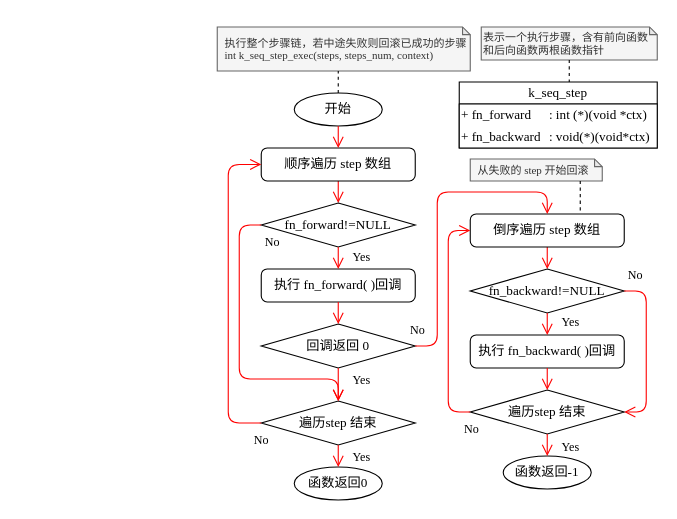
This is page "k_seq_step" (10 of 10) of docs/drawio/k_utils.drawio from szdxdxdx/k_game, a draw.io file, before an edit. Source tidied: cells renumbered, new cells numbered last; positions are measured from the earlier drawing's top-left corner, leaving out a move shared by most shapes. Both pictures are drawn from the tidied source at 110%, with x=0, y=0 at pixel (217, 26).
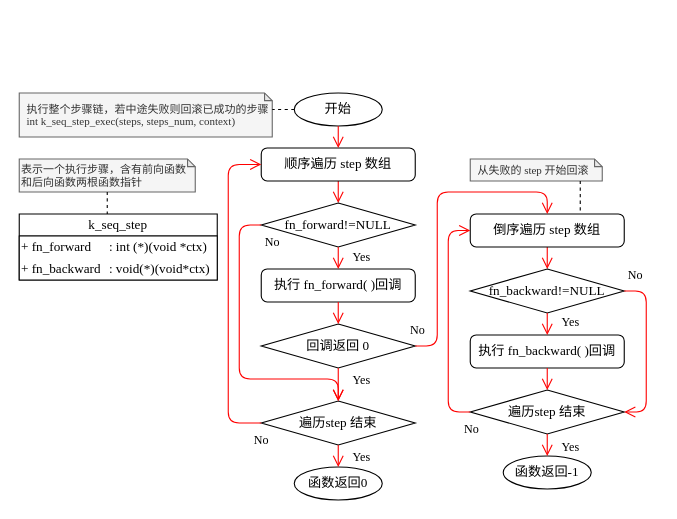
The same page after the edit.

Unchanged cells that the change refers to:
```xml
<mxCell id="12" value="开始" style="strokeWidth=1;html=1;shape=mxgraph.flowchart.start_2;whiteSpace=wrap;fontFamily=Times New Roman;" parent="1" vertex="1">
  <mxGeometry x="70" y="60" width="80" height="30" as="geometry" />
</mxCell>
```

What changed in the source:
```diff
@@
     <mxCell id="2" value="&lt;font&gt;k_seq_step&lt;/font&gt;" style="swimlane;fontStyle=0;horizontal=1;startSize=20;fillColor=#FFFFFF;whiteSpace=wrap;html=1;labelBackgroundColor=default;fontFamily=Times New Roman;" parent="1" vertex="1">
-      <mxGeometry x="220" y="50" width="180" height="60" as="geometry" />
+      <mxGeometry x="-180" y="170" width="180" height="60" as="geometry" />
     </mxCell>
@@
-    <mxCell id="47" value="&lt;p style=&quot;font-size: 10px; line-height: 10%;&quot;&gt;&lt;font style=&quot;border-color: var(--border-color); background-color: initial;&quot;&gt;执行整个步骤链，&lt;/font&gt;若中途失败则回滚已成功的步骤&lt;font style=&quot;font-size: 10px;&quot;&gt;&lt;font style=&quot;font-size: 10px;&quot;&gt;&lt;br&gt;&lt;/font&gt;&lt;/font&gt;&lt;/p&gt;&lt;p style=&quot;font-size: 10px; line-height: 10%;&quot;&gt;&lt;font style=&quot;font-size: 10px;&quot;&gt;&lt;font style=&quot;font-size: 10px;&quot;&gt;int&lt;/font&gt; &lt;font style=&quot;font-size: 10px;&quot;&gt;k_seq_step_exec&lt;/font&gt;(&lt;font style=&quot;font-size: 10px;&quot;&gt;steps&lt;/font&gt;, &lt;font style=&quot;font-size: 10px;&quot;&gt;steps_num&lt;/font&gt;, &lt;font style=&quot;font-size: 10px;&quot;&gt;context&lt;/font&gt;)&lt;/font&gt;&lt;/p&gt;" style="shape=note;whiteSpace=wrap;html=1;backgroundOutline=1;darkOpacity=0.05;size=7;align=left;spacingLeft=5;fillColor=#f5f5f5;fontColor=#333333;strokeColor=#666666;fontFamily=Times New Roman;" parent="1" vertex="1">
-      <mxGeometry width="230" height="40" as="geometry" />
+    <mxCell id="47" value="&lt;p style=&quot;line-height: 10%; font-size: 10px;&quot;&gt;&lt;font style=&quot;font-size: 10px;&quot;&gt;&lt;font style=&quot;border-color: var(--border-color); background-color: initial; font-size: 10px;&quot;&gt;执行整个步骤链，&lt;/font&gt;若中途失败则回滚已成功的步骤&lt;font style=&quot;font-size: 10px;&quot;&gt;&lt;font style=&quot;font-size: 10px;&quot;&gt;&lt;br&gt;&lt;/font&gt;&lt;/font&gt;&lt;/font&gt;&lt;/p&gt;&lt;p style=&quot;line-height: 10%; font-size: 10px;&quot;&gt;&lt;font style=&quot;font-size: 10px;&quot;&gt;&lt;font style=&quot;font-size: 10px;&quot;&gt;int&lt;/font&gt; &lt;font style=&quot;font-size: 10px;&quot;&gt;k_seq_step_exec&lt;/font&gt;(&lt;font style=&quot;font-size: 10px;&quot;&gt;steps&lt;/font&gt;, &lt;font style=&quot;font-size: 10px;&quot;&gt;steps_num&lt;/font&gt;, &lt;font style=&quot;font-size: 10px;&quot;&gt;context&lt;/font&gt;)&lt;/font&gt;&lt;/p&gt;" style="shape=note;whiteSpace=wrap;html=1;backgroundOutline=1;darkOpacity=0.05;size=7;align=left;spacingLeft=5;fillColor=#f5f5f5;fontColor=#333333;strokeColor=#666666;fontFamily=Times New Roman;" parent="1" vertex="1">
+      <mxGeometry x="-180" y="60" width="230" height="40" as="geometry" />
     </mxCell>
@@
     <mxCell id="49" style="endArrow=none;dashed=1;html=1;rounded=0;edgeStyle=orthogonalEdgeStyle;curved=1;fontFamily=Times New Roman;" parent="1" edge="1" source="12" target="47">
       <mxGeometry relative="1" as="geometry">
         <Array as="points">
-          <mxPoint x="110" y="40" />
-          <mxPoint x="110" y="40" />
+          <mxPoint x="110" y="75" />
         </Array>
       </mxGeometry>
     </mxCell>
@@
     <mxCell id="51" value="&lt;p style=&quot;font-size: 10px; line-height: 120%;&quot;&gt;表示一个执行步骤，含有前向函数和后向函数两根函数指针&lt;/p&gt;" style="shape=note;whiteSpace=wrap;html=1;backgroundOutline=1;darkOpacity=0.05;size=7;align=left;spacingLeft=0;fillColor=#f5f5f5;fontColor=#333333;strokeColor=#666666;fontFamily=Times New Roman;" parent="1" vertex="1">
-      <mxGeometry x="240" width="160" height="30" as="geometry" />
+      <mxGeometry x="-180" y="120" width="160" height="30" as="geometry" />
     </mxCell>
     <mxCell id="52" style="endArrow=none;dashed=1;html=1;rounded=0;edgeStyle=orthogonalEdgeStyle;curved=1;fontFamily=Times New Roman;" parent="1" edge="1" source="51" target="2">
       <mxGeometry relative="1" as="geometry">
         <Array as="points">
-          <mxPoint x="310" y="30" />
-          <mxPoint x="310" y="30" />
+          <mxPoint x="-100" y="120" />
+          <mxPoint x="-100" y="120" />
         </Array>
       </mxGeometry>
     </mxCell>
```
